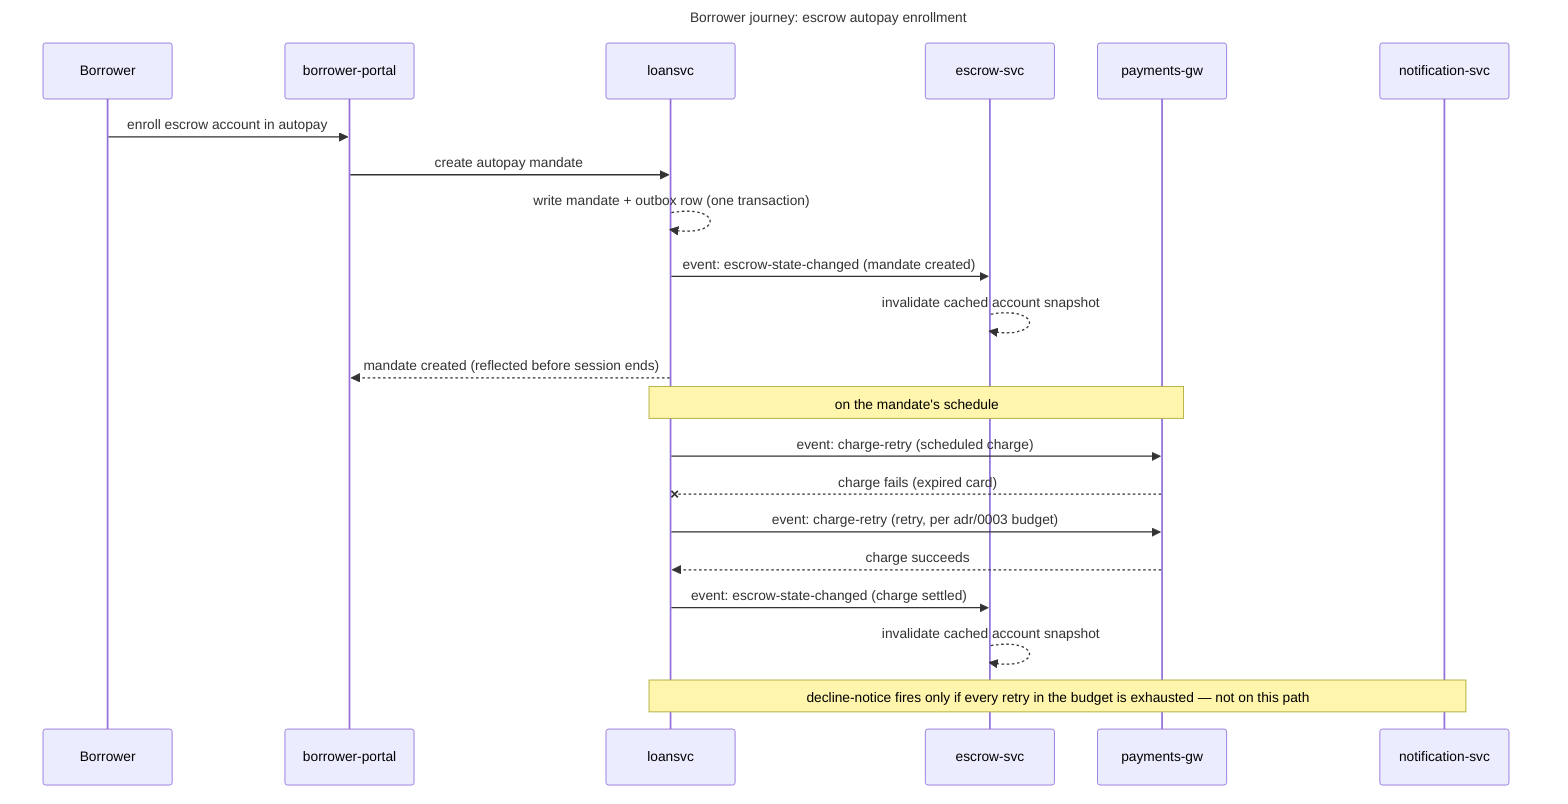
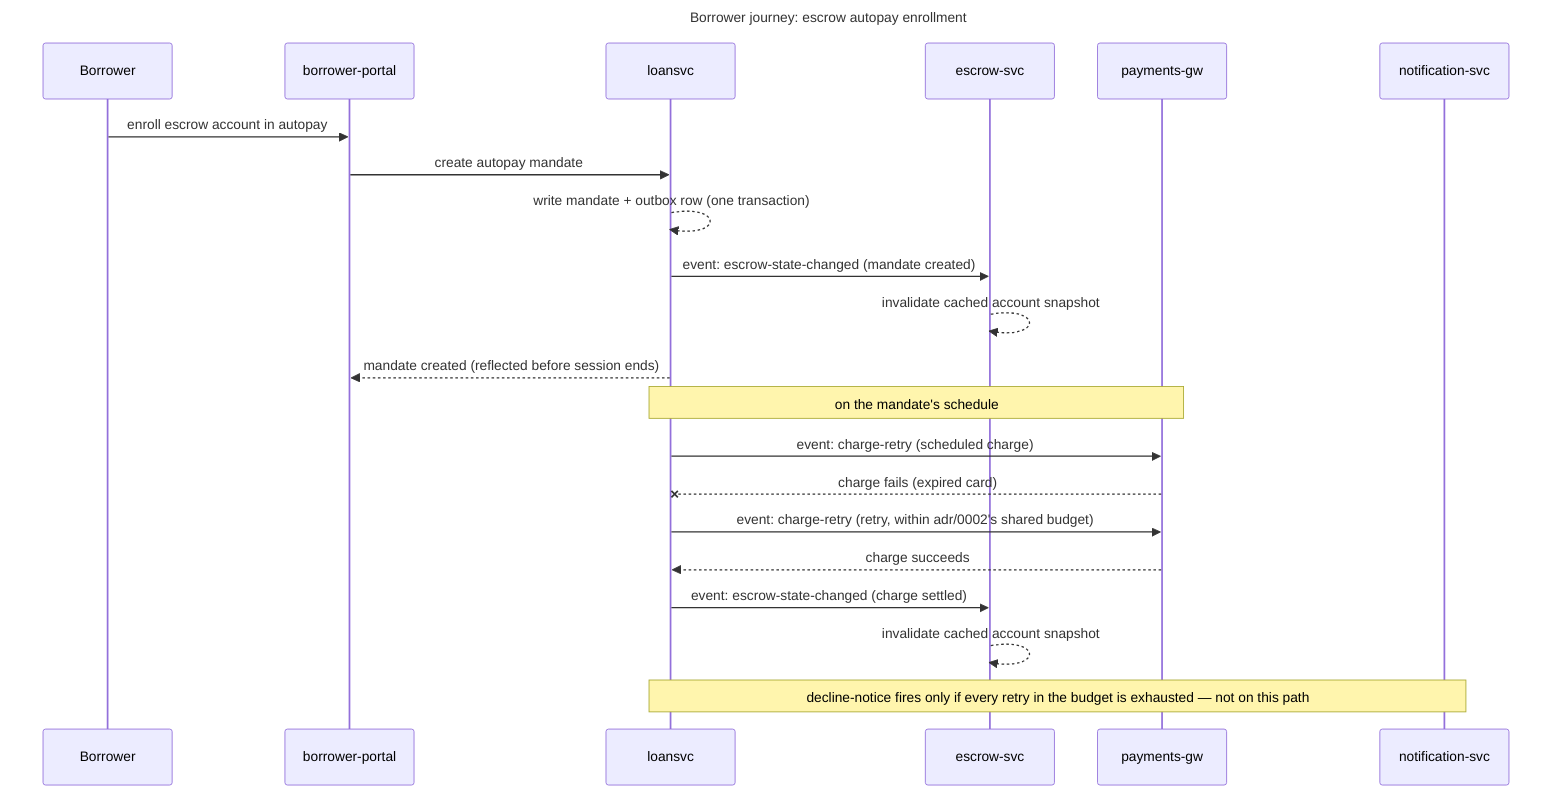
---
id: diagram/borrower-journey
kind: diagram
title: "Borrower journey: escrow autopay enrollment"
status: active
owners: [platform-team]
---
sequenceDiagram
  participant Borrower
  participant borrower-portal
  participant loansvc
  participant escrow-svc
  participant payments-gw
  participant notification-svc

  Borrower->>borrower-portal: enroll escrow account in autopay
  borrower-portal->>loansvc: create autopay mandate
  loansvc-->>loansvc: write mandate + outbox row (one transaction)
  loansvc->>escrow-svc: event: escrow-state-changed (mandate created)
  escrow-svc-->>escrow-svc: invalidate cached account snapshot
  loansvc-->>borrower-portal: mandate created (reflected before session ends)

  Note over loansvc,payments-gw: on the mandate's schedule
  loansvc->>payments-gw: event: charge-retry (scheduled charge)
  payments-gw--xloansvc: charge fails (expired card)
-   loansvc->>payments-gw: event: charge-retry (retry, per adr/0003 budget)
+   loansvc->>payments-gw: event: charge-retry (retry, within adr/0002's shared budget)
  payments-gw-->>loansvc: charge succeeds
  loansvc->>escrow-svc: event: escrow-state-changed (charge settled)
  escrow-svc-->>escrow-svc: invalidate cached account snapshot
  Note over loansvc,notification-svc: decline-notice fires only if every retry in the budget is exhausted — not on this path
